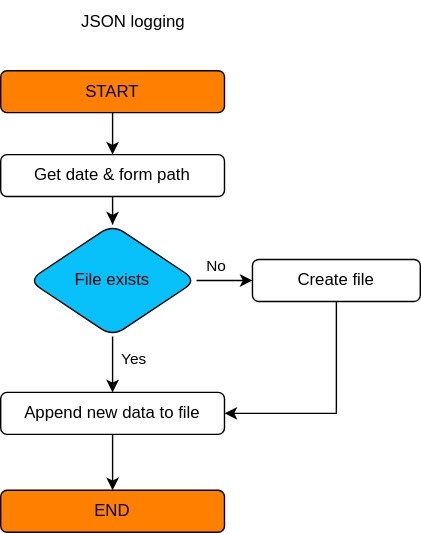
davidhozic/discord-advertisement-framework keeps this draw.io diagram as docs/thesis/images/daf-logging-json.svg. Above is the earlier version. Source tidied: cells renumbered, new cells last; positions are measured from the earlier drawing's top-left corner, leaving out a move shared by most shapes.
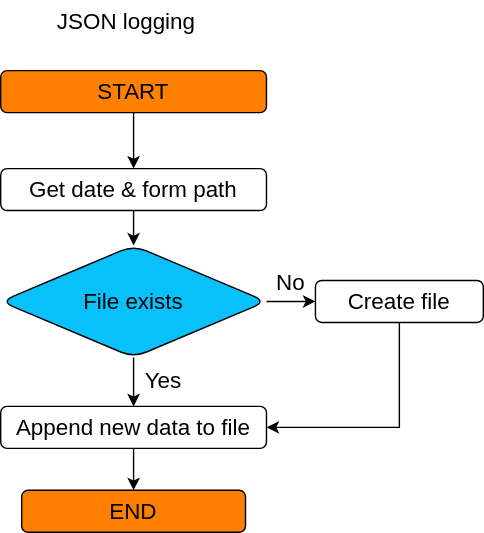
Above is the later version.

What changed in the source:
```diff
@@ -2,58 +2,58 @@
   <root>
     <mxCell id="0" />
     <mxCell id="1" parent="0" />
-    <mxCell id="2" style="edgeStyle=orthogonalEdgeStyle;rounded=0;jettySize=auto;html=1;" parent="1" edge="1" source="3" target="16">
+    <mxCell id="2" style="edgeStyle=orthogonalEdgeStyle;rounded=0;jettySize=auto;html=1;fontSize=16;" parent="1" edge="1" source="3" target="16">
       <mxGeometry relative="1" as="geometry" />
     </mxCell>
-    <mxCell id="3" value="START" style="rounded=1;whiteSpace=wrap;html=1;fontSize=12;glass=0;strokeWidth=1;shadow=0;fillColor=#FF8000;strokeColor=default;" parent="1" vertex="1">
-      <mxGeometry y="50" width="160" height="30" as="geometry" />
+    <mxCell id="3" value="START" style="rounded=1;whiteSpace=wrap;html=1;fontSize=16;glass=0;strokeWidth=1;shadow=0;fillColor=#FF8000;strokeColor=default;" parent="1" vertex="1">
+      <mxGeometry x="-15" y="50" width="190" height="30" as="geometry" />
     </mxCell>
-    <mxCell id="4" style="edgeStyle=orthogonalEdgeStyle;rounded=0;jettySize=auto;html=1;strokeColor=#000000;startArrow=none;startFill=0;endArrow=classic;endFill=1;" parent="1" edge="1" source="8" target="12">
+    <mxCell id="4" style="edgeStyle=orthogonalEdgeStyle;rounded=0;jettySize=auto;html=1;strokeColor=#000000;startArrow=none;startFill=0;endArrow=classic;endFill=1;fontSize=16;" parent="1" edge="1" source="8" target="12">
       <mxGeometry relative="1" as="geometry" />
     </mxCell>
-    <mxCell id="5" value="No" style="edgeLabel;html=1;align=center;verticalAlign=middle;" parent="4" vertex="1">
+    <mxCell id="5" value="No" style="edgeLabel;html=1;align=center;verticalAlign=middle;fontSize=16;fontColor=default;labelBackgroundColor=none;" parent="4" vertex="1">
       <mxGeometry x="-0.3" relative="1" as="geometry">
-        <mxPoint y="-10" as="offset" />
+        <mxPoint y="-15" as="offset" />
       </mxGeometry>
     </mxCell>
-    <mxCell id="6" style="edgeStyle=orthogonalEdgeStyle;rounded=0;jettySize=auto;html=1;strokeColor=#000000;startArrow=none;startFill=0;endArrow=classic;endFill=1;" parent="1" edge="1" source="8" target="14">
+    <mxCell id="6" style="edgeStyle=orthogonalEdgeStyle;rounded=0;jettySize=auto;html=1;strokeColor=#000000;startArrow=none;startFill=0;endArrow=classic;endFill=1;fontSize=16;" parent="1" edge="1" source="8" target="14">
       <mxGeometry relative="1" as="geometry" />
     </mxCell>
-    <mxCell id="7" value="Yes" style="edgeLabel;html=1;align=center;verticalAlign=middle;" parent="6" vertex="1">
+    <mxCell id="7" value="Yes" style="edgeLabel;html=1;align=center;verticalAlign=middle;fontSize=16;labelBackgroundColor=none;" parent="6" vertex="1">
       <mxGeometry x="-0.23" y="1" relative="1" as="geometry">
-        <mxPoint x="14" as="offset" />
+        <mxPoint x="19" y="-2" as="offset" />
       </mxGeometry>
     </mxCell>
-    <mxCell id="8" value="File exists" style="rhombus;whiteSpace=wrap;html=1;rounded=1;glass=0;strokeWidth=1;shadow=0;fillColor=#08C1FA;" parent="1" vertex="1">
-      <mxGeometry x="20" y="160" width="120" height="80" as="geometry" />
+    <mxCell id="8" value="File exists" style="rhombus;whiteSpace=wrap;html=1;rounded=1;glass=0;strokeWidth=1;shadow=0;fillColor=#08C1FA;fontSize=16;" parent="1" vertex="1">
+      <mxGeometry x="-15" y="175" width="190" height="80" as="geometry" />
     </mxCell>
-    <mxCell id="9" value="END" style="whiteSpace=wrap;html=1;rounded=1;glass=0;strokeWidth=1;shadow=0;fillColor=#FF8000;strokeColor=default;" parent="1" vertex="1">
+    <mxCell id="9" value="END" style="whiteSpace=wrap;html=1;rounded=1;glass=0;strokeWidth=1;shadow=0;fillColor=#FF8000;strokeColor=default;fontSize=16;" parent="1" vertex="1">
       <mxGeometry y="350" width="160" height="30" as="geometry" />
     </mxCell>
-    <mxCell id="10" value="JSON logging" style="text;html=1;strokeColor=none;fillColor=none;align=center;verticalAlign=middle;whiteSpace=wrap;rounded=0;" parent="1" vertex="1">
-      <mxGeometry x="20" width="150" height="30" as="geometry" />
+    <mxCell id="10" value="JSON logging" style="text;html=1;strokeColor=none;fillColor=none;align=center;verticalAlign=middle;whiteSpace=wrap;rounded=0;fontSize=16;" parent="1" vertex="1">
+      <mxGeometry width="150" height="30" as="geometry" />
     </mxCell>
-    <mxCell id="11" style="edgeStyle=orthogonalEdgeStyle;rounded=0;jettySize=auto;html=1;entryX=1;entryY=0.5;entryDx=0;entryDy=0;" parent="1" edge="1" source="12" target="14">
+    <mxCell id="11" style="edgeStyle=orthogonalEdgeStyle;rounded=0;jettySize=auto;html=1;entryX=1;entryY=0.5;entryDx=0;entryDy=0;fontSize=16;" parent="1" edge="1" source="12" target="14">
       <mxGeometry relative="1" as="geometry">
         <Array as="points">
-          <mxPoint x="240" y="295" />
+          <mxPoint x="270" y="305" />
         </Array>
       </mxGeometry>
     </mxCell>
-    <mxCell id="12" value="Create file" style="whiteSpace=wrap;html=1;rounded=1;glass=0;strokeWidth=1;shadow=0;" parent="1" vertex="1">
-      <mxGeometry x="180" y="185" width="120" height="30" as="geometry" />
+    <mxCell id="12" value="Create file" style="whiteSpace=wrap;html=1;rounded=1;glass=0;strokeWidth=1;shadow=0;fontSize=16;" parent="1" vertex="1">
+      <mxGeometry x="210" y="200" width="120" height="30" as="geometry" />
     </mxCell>
-    <mxCell id="13" style="edgeStyle=orthogonalEdgeStyle;rounded=0;jettySize=auto;html=1;" parent="1" edge="1" source="14" target="9">
+    <mxCell id="13" style="edgeStyle=orthogonalEdgeStyle;rounded=0;jettySize=auto;html=1;fontSize=16;" parent="1" edge="1" source="14" target="9">
       <mxGeometry relative="1" as="geometry" />
     </mxCell>
-    <mxCell id="14" value="Append new data to file" style="whiteSpace=wrap;html=1;rounded=1;glass=0;strokeWidth=1;shadow=0;" parent="1" vertex="1">
-      <mxGeometry y="280" width="160" height="30" as="geometry" />
+    <mxCell id="14" value="Append new data to file" style="whiteSpace=wrap;html=1;rounded=1;glass=0;strokeWidth=1;shadow=0;fontSize=16;" parent="1" vertex="1">
+      <mxGeometry x="-15" y="290" width="190" height="30" as="geometry" />
     </mxCell>
-    <mxCell id="15" style="edgeStyle=orthogonalEdgeStyle;rounded=0;jettySize=auto;html=1;" parent="1" edge="1" source="16" target="8">
+    <mxCell id="15" style="edgeStyle=orthogonalEdgeStyle;rounded=0;jettySize=auto;html=1;fontSize=16;" parent="1" edge="1" source="16" target="8">
       <mxGeometry relative="1" as="geometry" />
     </mxCell>
-    <mxCell id="16" value="Get date &amp;amp; form path" style="whiteSpace=wrap;html=1;rounded=1;glass=0;strokeWidth=1;shadow=0;" parent="1" vertex="1">
-      <mxGeometry y="110" width="160" height="30" as="geometry" />
+    <mxCell id="16" value="Get date &amp;amp; form path" style="whiteSpace=wrap;html=1;rounded=1;glass=0;strokeWidth=1;shadow=0;fontSize=16;" parent="1" vertex="1">
+      <mxGeometry x="-15" y="120" width="190" height="30" as="geometry" />
     </mxCell>
   </root>
 </mxGraphModel>
```
